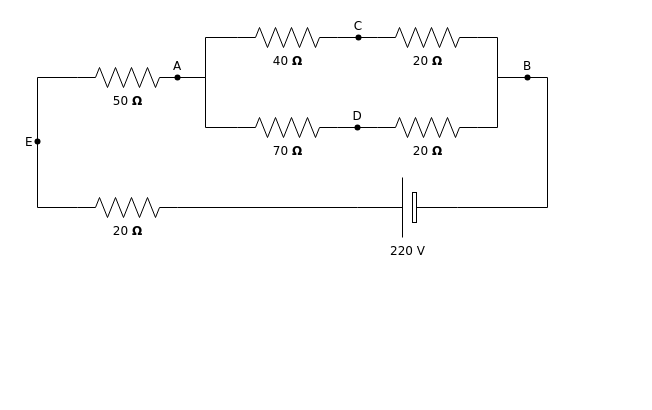
borisRadonic/ToolboxR keeps this draw.io diagram as docs/manual/MotorControl/Motors/PMSM/Untitled Diagram.drawio. Above is the earlier version. Source tidied: cells renumbered, new cells numbered last; positions are measured from the earlier drawing's top-left corner, leaving out a move shared by most shapes. Both pictures are drawn from the tidied source at 100%, with x=0, y=0 at pixel (17, 17).
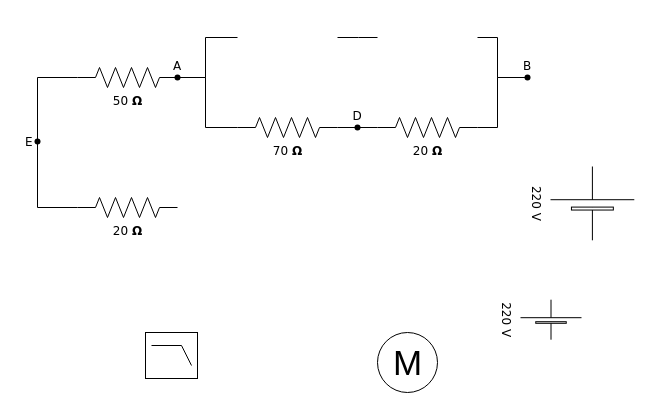
Above is the later version.

The change refers to these unchanged cells:
```xml
<mxCell id="14" value="20&amp;nbsp;&lt;b&gt;Ω&lt;/b&gt;" style="verticalLabelPosition=bottom;shadow=0;dashed=0;align=center;html=1;verticalAlign=top;strokeWidth=1;shape=mxgraph.electrical.resistors.resistor_2;rounded=1;comic=0;labelBackgroundColor=none;fontFamily=Verdana;fontSize=12;" parent="1" vertex="1">
  <mxGeometry x="60" y="180" width="100" height="20" as="geometry" />
</mxCell>
<mxCell id="18" value="B" style="shape=waypoint;sketch=0;fillStyle=solid;size=6;points=[];fillColor=none;perimeter=centerPerimeter;snapToPoint=1;verticalAlign=top;spacingBottom=0;spacingTop=-5;fontFamily=Verdana;fontSize=12;" parent="1" vertex="1">
  <mxGeometry x="490" y="40" width="40" height="40" as="geometry" />
</mxCell>
<mxCell id="21" value="A" style="shape=waypoint;sketch=0;fillStyle=solid;size=6;points=[];fillColor=none;perimeter=centerPerimeter;snapToPoint=1;verticalAlign=top;spacingBottom=0;spacingTop=-5;fontFamily=Verdana;fontSize=12;" parent="1" vertex="1">
  <mxGeometry x="140" y="40" width="40" height="40" as="geometry" />
</mxCell>
```

What changed in the source:
```diff
@@
-    <mxCell id="2" style="edgeStyle=orthogonalEdgeStyle;rounded=0;html=1;exitPerimeter=0;entryX=0;entryY=0.5;entryPerimeter=0;labelBackgroundColor=none;startArrow=none;startFill=0;startSize=5;endArrow=none;endFill=0;endSize=5;jettySize=auto;strokeWidth=1;fontFamily=Verdana;fontSize=12;" parent="1" edge="1" source="19" target="5">
-      <mxGeometry relative="1" as="geometry" />
+    <mxCell id="2" style="edgeStyle=orthogonalEdgeStyle;rounded=0;html=1;exitPerimeter=0;entryX=0;entryY=0.5;entryPerimeter=0;labelBackgroundColor=none;startArrow=none;startFill=0;startSize=5;endArrow=none;endFill=0;endSize=5;jettySize=auto;orthogonalLoop=1;strokeWidth=1;fontFamily=Verdana;fontSize=12;" parent="1" edge="1">
+      <mxGeometry relative="1" as="geometry">
+        <mxPoint x="341" y="20" as="sourcePoint" />
+        <mxPoint x="360" y="20" as="targetPoint" />
+      </mxGeometry>
     </mxCell>
-    <mxCell id="3" value="40&amp;nbsp;&lt;b&gt;Ω&lt;/b&gt;" style="verticalLabelPosition=bottom;shadow=0;dashed=0;align=center;html=1;verticalAlign=top;strokeWidth=1;shape=mxgraph.electrical.resistors.resistor_2;rounded=1;comic=0;labelBackgroundColor=none;fontFamily=Verdana;fontSize=12;" parent="1" vertex="1">
-      <mxGeometry x="220" y="10" width="100" height="20" as="geometry" />
-    </mxCell>
-    <mxCell id="4" style="edgeStyle=orthogonalEdgeStyle;rounded=0;html=1;exitX=1;exitY=0.5;exitPerimeter=0;labelBackgroundColor=none;startArrow=none;startFill=0;startSize=5;endArrow=none;endFill=0;endSize=5;jettySize=auto;strokeWidth=1;fontFamily=Verdana;fontSize=12;" parent="1" edge="1" source="5" target="18">
+    <mxCell id="4" style="edgeStyle=orthogonalEdgeStyle;rounded=0;html=1;exitX=1;exitY=0.5;exitPerimeter=0;labelBackgroundColor=none;startArrow=none;startFill=0;startSize=5;endArrow=none;endFill=0;endSize=5;jettySize=auto;strokeWidth=1;fontFamily=Verdana;fontSize=12;" parent="1" edge="1" target="18">
       <mxGeometry relative="1" as="geometry">
+        <mxPoint x="460" y="20" as="sourcePoint" />
         <Array as="points">
           <mxPoint x="480" y="20" />
           <mxPoint x="480" y="60" />
         </Array>
       </mxGeometry>
     </mxCell>
-    <mxCell id="5" value="20&amp;nbsp;&lt;b&gt;Ω&lt;/b&gt;" style="verticalLabelPosition=bottom;shadow=0;dashed=0;align=center;html=1;verticalAlign=top;strokeWidth=1;shape=mxgraph.electrical.resistors.resistor_2;rounded=1;comic=0;labelBackgroundColor=none;fontFamily=Verdana;fontSize=12;" parent="1" vertex="1">
-      <mxGeometry x="360" y="10" width="100" height="20" as="geometry" />
-    </mxCell>
@@
-    <mxCell id="10" style="edgeStyle=orthogonalEdgeStyle;rounded=0;html=1;entryX=0;entryY=0.5;entryPerimeter=0;labelBackgroundColor=none;startArrow=none;startFill=0;startSize=5;endArrow=none;endFill=0;endSize=5;jettySize=auto;strokeWidth=1;fontFamily=Verdana;fontSize=12;" parent="1" edge="1" source="21" target="3">
+    <mxCell id="10" style="edgeStyle=orthogonalEdgeStyle;rounded=0;html=1;entryX=0;entryY=0.5;entryPerimeter=0;labelBackgroundColor=none;startArrow=none;startFill=0;startSize=5;endArrow=none;endFill=0;endSize=5;jettySize=auto;strokeWidth=1;fontFamily=Verdana;fontSize=12;" parent="1" edge="1" source="21">
       <mxGeometry relative="1" as="geometry">
+        <mxPoint x="220" y="20" as="targetPoint" />
         <Array as="points">
           <mxPoint x="188" y="60" />
           <mxPoint x="188" y="20" />
         </Array>
       </mxGeometry>
     </mxCell>
@@
-    <mxCell id="15" style="edgeStyle=orthogonalEdgeStyle;rounded=0;html=1;exitX=1;exitY=0.5;exitPerimeter=0;entryX=1;entryY=0.5;entryPerimeter=0;labelBackgroundColor=none;startArrow=none;startFill=0;startSize=5;endArrow=none;endFill=0;endSize=5;jettySize=auto;strokeWidth=1;fontFamily=Verdana;fontSize=12;" parent="1" edge="1" source="17" target="14">
-      <mxGeometry relative="1" as="geometry" />
-    </mxCell>
-    <mxCell id="16" style="edgeStyle=orthogonalEdgeStyle;rounded=0;html=1;exitX=0;exitY=0.5;exitPerimeter=0;labelBackgroundColor=none;startArrow=none;startFill=0;startSize=5;endArrow=none;endFill=0;endSize=5;jettySize=auto;strokeWidth=1;fontFamily=Verdana;fontSize=12;" parent="1" edge="1" source="17" target="18">
-      <mxGeometry relative="1" as="geometry">
-        <Array as="points">
-          <mxPoint x="530" y="190" />
-          <mxPoint x="530" y="60" />
-        </Array>
-      </mxGeometry>
-    </mxCell>
-    <mxCell id="17" value="220 V" style="verticalLabelPosition=bottom;shadow=0;dashed=0;align=center;fillColor=default;html=1;verticalAlign=top;strokeWidth=1;shape=mxgraph.electrical.miscellaneous.monocell_battery;rounded=1;comic=0;labelBackgroundColor=none;fontFamily=Verdana;fontSize=12;flipH=1;" parent="1" vertex="1">
-      <mxGeometry x="340" y="160" width="100" height="60" as="geometry" />
+    <mxCell id="17" value="220 V" style="verticalLabelPosition=bottom;shadow=0;dashed=0;align=center;fillColor=default;html=1;verticalAlign=top;strokeWidth=1;shape=mxgraph.electrical.miscellaneous.monocell_battery;rounded=1;comic=0;labelBackgroundColor=none;fontFamily=Verdana;fontSize=12;flipH=1;rotation=90;" parent="1" vertex="1">
+      <mxGeometry x="513.5" y="271.7" width="40" height="61" as="geometry" />
     </mxCell>
@@
-    <mxCell id="19" value="C" style="shape=waypoint;sketch=0;fillStyle=solid;size=6;points=[];fillColor=none;perimeter=centerPerimeter;snapToPoint=1;verticalAlign=top;spacingBottom=0;spacingTop=-5;fontFamily=Verdana;fontSize=12;" parent="1" vertex="1">
-      <mxGeometry x="321" width="40" height="40" as="geometry" />
-    </mxCell>
-    <mxCell id="20" style="edgeStyle=orthogonalEdgeStyle;rounded=0;html=1;exitX=1;exitY=0.5;exitPerimeter=0;entryPerimeter=0;labelBackgroundColor=none;startArrow=none;startFill=0;startSize=5;endArrow=none;endFill=0;endSize=5;jettySize=auto;strokeWidth=1;fontFamily=Verdana;fontSize=12;" parent="1" edge="1" source="3" target="19">
-      <mxGeometry relative="1" as="geometry" />
+    <mxCell id="20" style="edgeStyle=orthogonalEdgeStyle;rounded=0;html=1;exitX=1;exitY=0.5;exitPerimeter=0;entryPerimeter=0;labelBackgroundColor=none;startArrow=none;startFill=0;startSize=5;endArrow=none;endFill=0;endSize=5;jettySize=auto;orthogonalLoop=1;strokeWidth=1;fontFamily=Verdana;fontSize=12;" parent="1" edge="1">
+      <mxGeometry relative="1" as="geometry">
+        <mxPoint x="320" y="20" as="sourcePoint" />
+        <mxPoint x="341" y="20" as="targetPoint" />
+      </mxGeometry>
     </mxCell>
@@
+    <mxCell id="26" style="verticalLabelPosition=bottom;shadow=0;dashed=0;align=center;html=1;verticalAlign=top;shape=mxgraph.electrical.logic_gates.lowpass_filter;" parent="1" vertex="1">
+      <mxGeometry x="128" y="315" width="52" height="46" as="geometry" />
+    </mxCell>
+    <mxCell id="27" value="M" style="verticalLabelPosition=middle;shadow=0;dashed=0;align=center;html=1;verticalAlign=middle;strokeWidth=1;shape=ellipse;fontSize=35;" parent="1" vertex="1">
+      <mxGeometry x="360" y="315" width="60" height="60" as="geometry" />
+    </mxCell>
+    <mxCell id="28" value="220 V" style="verticalLabelPosition=bottom;shadow=0;dashed=0;align=center;fillColor=default;html=1;verticalAlign=top;strokeWidth=1;shape=mxgraph.electrical.miscellaneous.monocell_battery;rounded=1;comic=0;labelBackgroundColor=none;fontFamily=Verdana;fontSize=12;flipH=1;rotation=90;" parent="1" vertex="1">
+      <mxGeometry x="538" y="144" width="73.8" height="83.8" as="geometry" />
+    </mxCell>
```
